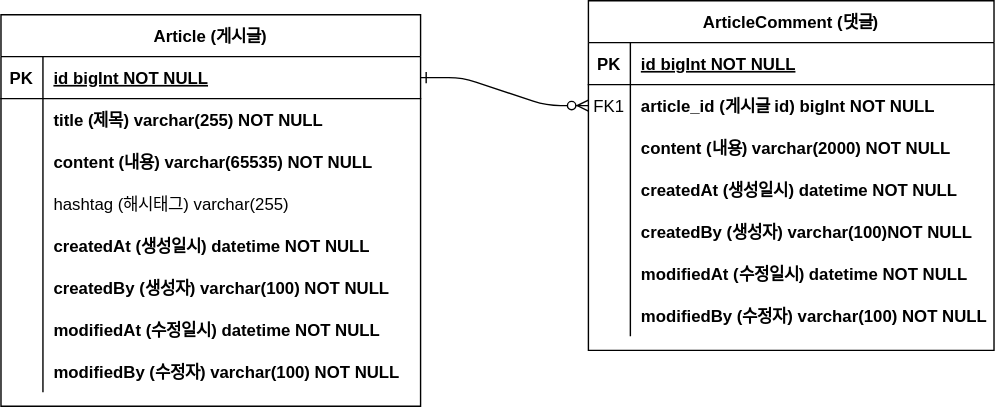
Above: document/project-domain-erd.svg in khanian/test-project-board (draw.io), before the change. Source tidied: cells renumbered, new cells last; positions are measured from the earlier drawing's top-left corner, leaving out a move shared by most shapes.
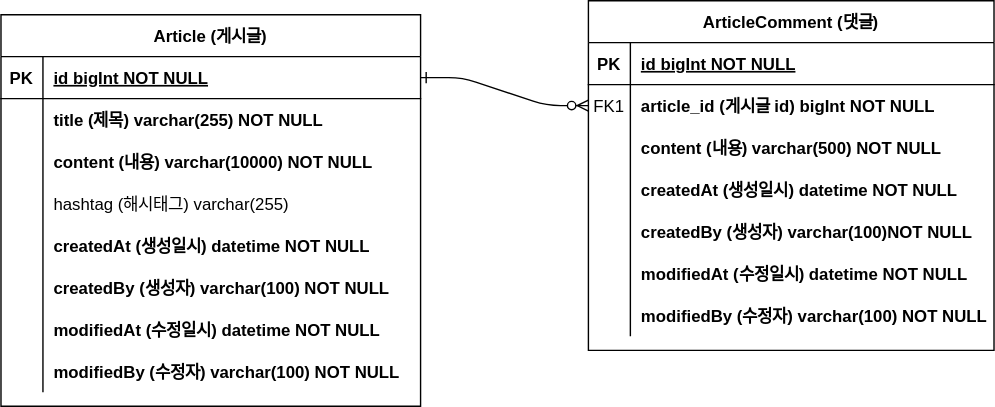
The same file after the commit.

Commit message:
#10 - project-domain-erd.svg erd 업데이트

What changed in the source:
```diff
@@ -32,7 +32,7 @@
     <mxCell id="11" style="shape=partialRectangle;overflow=hidden;fillColor=none;top=0;left=0;bottom=0;right=0;" parent="10" vertex="1">
       <mxGeometry width="30" height="30" as="geometry" />
     </mxCell>
-    <mxCell id="12" value="content (내용) varchar(2000) NOT NULL" style="shape=partialRectangle;overflow=hidden;fillColor=none;top=0;left=0;bottom=0;right=0;align=left;spacingLeft=6;fontStyle=1;" parent="10" vertex="1">
+    <mxCell id="12" value="content (내용) varchar(500) NOT NULL" style="shape=partialRectangle;overflow=hidden;fillColor=none;top=0;left=0;bottom=0;right=0;align=left;spacingLeft=6;fontStyle=1;" parent="10" vertex="1">
       <mxGeometry x="30" width="260" height="30" as="geometry" />
     </mxCell>
     <mxCell id="13" style="shape=partialRectangle;fillColor=none;top=0;left=0;right=0;bottom=0;" parent="3" vertex="1">
@@ -98,7 +98,7 @@
     <mxCell id="33" style="shape=partialRectangle;overflow=hidden;fillColor=none;top=0;left=0;bottom=0;right=0;" parent="32" vertex="1">
       <mxGeometry width="30" height="30" as="geometry" />
     </mxCell>
-    <mxCell id="34" value="content (내용) varchar(65535) NOT NULL" style="shape=partialRectangle;overflow=hidden;fillColor=none;top=0;left=0;bottom=0;right=0;align=left;spacingLeft=6;fontStyle=1;" parent="32" vertex="1">
+    <mxCell id="34" value="content (내용) varchar(10000) NOT NULL" style="shape=partialRectangle;overflow=hidden;fillColor=none;top=0;left=0;bottom=0;right=0;align=left;spacingLeft=6;fontStyle=1;" parent="32" vertex="1">
       <mxGeometry x="30" width="270" height="30" as="geometry" />
     </mxCell>
     <mxCell id="35" style="shape=partialRectangle;fillColor=none;top=0;left=0;right=0;bottom=0;" parent="25" vertex="1">
```
